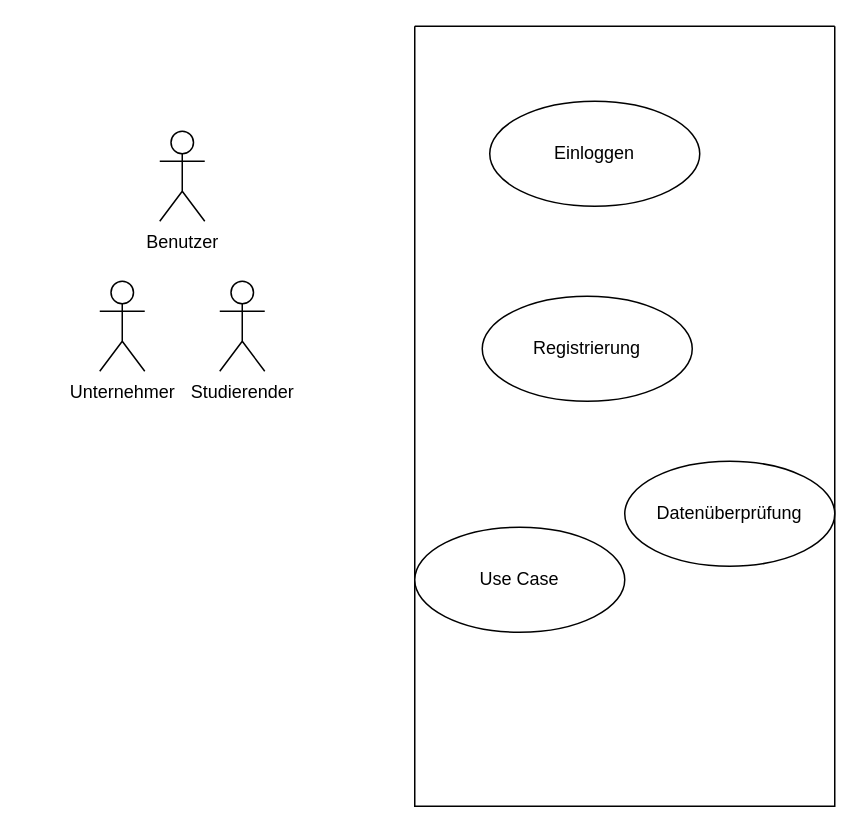
This is UseCaseSE1.drawio from tobiasenger/zeichnungen, a draw.io file, before an edit. Source tidied: cells renumbered, new cells numbered last; positions are measured from the earlier drawing's top-left corner, leaving out a move shared by most shapes. Both pictures are drawn from the tidied source at 150%, with x=0, y=0 at pixel (99, 26).
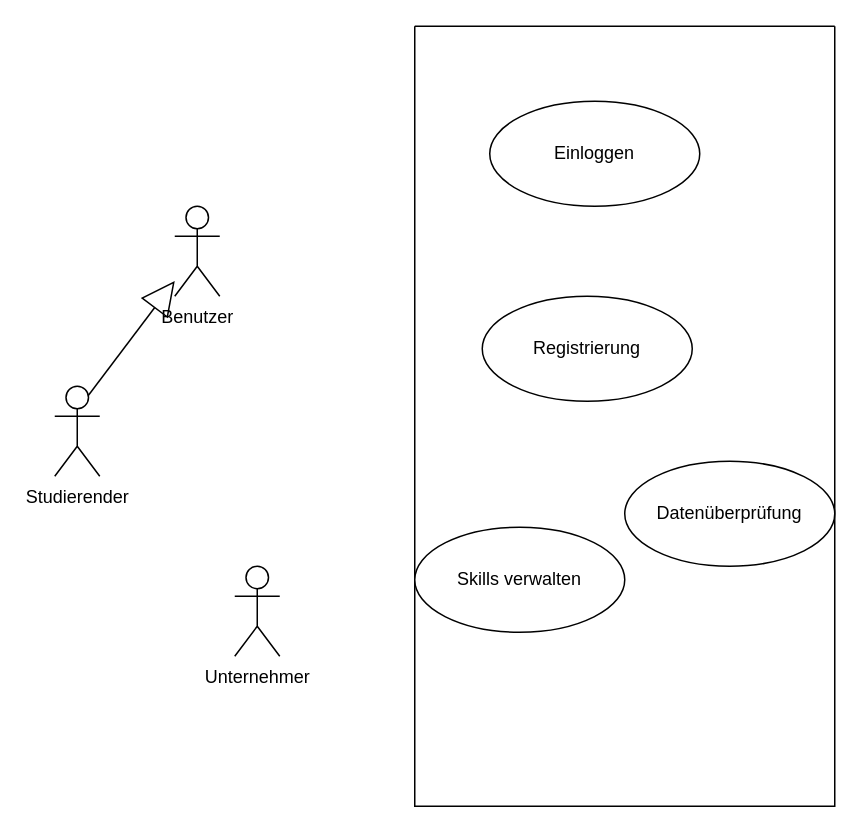
The same page after the edit.

What changed in the source:
```diff
@@
 <mxGraphModel>
   <root>
     <mxCell id="0" />
     <mxCell id="1" parent="0" />
     <mxCell id="2" style="swimlane;startSize=0;" parent="1" vertex="1">
       <mxGeometry x="210" width="280" height="520" as="geometry" />
     </mxCell>
     <mxCell id="3" value="Einloggen" style="ellipse;whiteSpace=wrap;html=1;" parent="2" vertex="1">
       <mxGeometry x="50" y="50" width="140" height="70" as="geometry" />
     </mxCell>
     <mxCell id="4" value="Registrierung" style="ellipse;whiteSpace=wrap;html=1;" parent="2" vertex="1">
       <mxGeometry x="45" y="180" width="140" height="70" as="geometry" />
     </mxCell>
-    <mxCell id="5" value="Use Case" style="ellipse;whiteSpace=wrap;html=1;" parent="2" vertex="1">
+    <mxCell id="5" value="Skills verwalten" style="ellipse;whiteSpace=wrap;html=1;" parent="2" vertex="1">
       <mxGeometry y="334" width="140" height="70" as="geometry" />
     </mxCell>
     <mxCell id="6" value="Datenüberprüfung" style="ellipse;whiteSpace=wrap;html=1;" parent="2" vertex="1">
       <mxGeometry x="140" y="290" width="140" height="70" as="geometry" />
     </mxCell>
     <mxCell id="7" value="Unternehmer" style="shape=umlActor;verticalLabelPosition=bottom;verticalAlign=top;html=1;" parent="1" vertex="1">
-      <mxGeometry y="170" width="30" height="60" as="geometry" />
+      <mxGeometry x="90" y="360" width="30" height="60" as="geometry" />
     </mxCell>
     <mxCell id="8" value="Benutzer" style="shape=umlActor;verticalLabelPosition=bottom;verticalAlign=top;html=1;" parent="1" vertex="1">
-      <mxGeometry x="40" y="70" width="30" height="60" as="geometry" />
+      <mxGeometry x="50" y="120" width="30" height="60" as="geometry" />
     </mxCell>
+    <mxCell id="10" style="rounded=0;jettySize=auto;html=1;exitX=0.75;exitY=0.1;exitDx=0;exitDy=0;exitPerimeter=0;endArrow=block;endFill=0;endSize=20;" parent="1" edge="1" source="9" target="8">
+      <mxGeometry relative="1" as="geometry" />
+    </mxCell>
     <mxCell id="9" value="Studierender" style="shape=umlActor;verticalLabelPosition=bottom;verticalAlign=top;html=1;" parent="1" vertex="1">
-      <mxGeometry x="80" y="170" width="30" height="60" as="geometry" />
+      <mxGeometry x="-30" y="240" width="30" height="60" as="geometry" />
     </mxCell>
   </root>
 </mxGraphModel>
```
